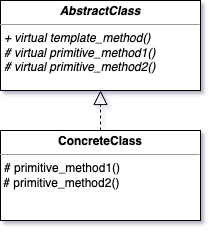
Above: img/template_method.png in cmbrandt/cxx-fundamentals (draw.io), before the change. Source tidied: cells renumbered, new cells last; positions are measured from the earlier drawing's top-left corner, leaving out a move shared by most shapes. Source of this version:
```xml
<mxGraphModel shadow="1">
  <root>
    <mxCell id="0" />
    <mxCell id="1" parent="0" />
    <mxCell id="2" value="&lt;p style=&quot;margin:0px;margin-top:4px;text-align:center;&quot;&gt;&lt;b&gt;&lt;i&gt;AbstractClass&lt;/i&gt;&lt;/b&gt;&lt;/p&gt;&lt;hr size=&quot;1&quot;&gt;&lt;p style=&quot;margin:0px;margin-left:4px;&quot;&gt;&lt;/p&gt;&lt;p style=&quot;margin:0px;margin-left:4px;&quot;&gt;&lt;i&gt;+ virtual template_method()&lt;/i&gt;&lt;/p&gt;&lt;p style=&quot;margin:0px;margin-left:4px;&quot;&gt;&lt;i&gt;# virtual primitive_method1()&lt;/i&gt;&lt;/p&gt;&lt;p style=&quot;border-color: var(--border-color); margin: 0px 0px 0px 4px;&quot;&gt;&lt;i style=&quot;border-color: var(--border-color);&quot;&gt;# virtual primitive_method2()&lt;/i&gt;&lt;/p&gt;&lt;div&gt;&lt;i style=&quot;border-color: var(--border-color);&quot;&gt;&lt;br&gt;&lt;/i&gt;&lt;/div&gt;" style="verticalAlign=top;align=left;overflow=fill;fontSize=12;fontFamily=Helvetica;html=1;whiteSpace=wrap;" parent="1" vertex="1">
      <mxGeometry width="200" height="90" as="geometry" />
    </mxCell>
    <mxCell id="3" value="&lt;p style=&quot;margin:0px;margin-top:4px;text-align:center;&quot;&gt;&lt;b&gt;ConcreteClass&lt;/b&gt;&lt;/p&gt;&lt;hr size=&quot;1&quot;&gt;&lt;p style=&quot;margin:0px;margin-left:4px;&quot;&gt;&lt;/p&gt;&lt;p style=&quot;border-color: var(--border-color); margin: 0px 0px 0px 4px;&quot;&gt;&lt;span style=&quot;border-color: var(--border-color);&quot;&gt;# primitive_method1()&lt;/span&gt;&lt;/p&gt;&lt;div&gt;&lt;span style=&quot;border-color: var(--border-color);&quot;&gt;&amp;nbsp;# primitive_method2()&lt;/span&gt;&lt;/div&gt;" style="verticalAlign=top;align=left;overflow=fill;fontSize=12;fontFamily=Helvetica;html=1;whiteSpace=wrap;" parent="1" vertex="1">
      <mxGeometry y="130" width="200" height="90" as="geometry" />
    </mxCell>
    <mxCell id="4" style="endArrow=block;dashed=1;endFill=0;endSize=12;html=1;rounded=0;entryX=0.5;entryY=1;entryDx=0;entryDy=0;exitX=0.5;exitY=0;exitDx=0;exitDy=0;" parent="1" edge="1" source="3" target="2">
      <mxGeometry relative="1" as="geometry" />
    </mxCell>
  </root>
</mxGraphModel>
```
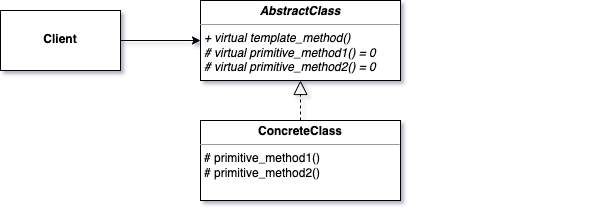
After the change.

The edit, as a diff of the source:
```diff
@@ -1,15 +1,29 @@
 <mxGraphModel shadow="1">
   <root>
-    <mxCell id="0" />
-    <mxCell id="1" parent="0" />
-    <mxCell id="2" value="&lt;p style=&quot;margin:0px;margin-top:4px;text-align:center;&quot;&gt;&lt;b&gt;&lt;i&gt;AbstractClass&lt;/i&gt;&lt;/b&gt;&lt;/p&gt;&lt;hr size=&quot;1&quot;&gt;&lt;p style=&quot;margin:0px;margin-left:4px;&quot;&gt;&lt;/p&gt;&lt;p style=&quot;margin:0px;margin-left:4px;&quot;&gt;&lt;i&gt;+ virtual template_method()&lt;/i&gt;&lt;/p&gt;&lt;p style=&quot;margin:0px;margin-left:4px;&quot;&gt;&lt;i&gt;# virtual primitive_method1()&lt;/i&gt;&lt;/p&gt;&lt;p style=&quot;border-color: var(--border-color); margin: 0px 0px 0px 4px;&quot;&gt;&lt;i style=&quot;border-color: var(--border-color);&quot;&gt;# virtual primitive_method2()&lt;/i&gt;&lt;/p&gt;&lt;div&gt;&lt;i style=&quot;border-color: var(--border-color);&quot;&gt;&lt;br&gt;&lt;/i&gt;&lt;/div&gt;" style="verticalAlign=top;align=left;overflow=fill;fontSize=12;fontFamily=Helvetica;html=1;whiteSpace=wrap;" parent="1" vertex="1">
-      <mxGeometry width="200" height="90" as="geometry" />
-    </mxCell>
+    <mxCell id="5" />
+    <mxCell id="6" parent="5" />
+    <mxCell id="7" style="endArrow=none;startArrow=none;endFill=0;startFill=0;endSize=8;html=1;verticalAlign=bottom;dashed=1;labelBackgroundColor=none;dashPattern=1 2;rounded=0;entryX=0.5;entryY=0;entryDx=0;entryDy=0;fontColor=default;" parent="6" edge="1">
+      <mxGeometry relative="1" as="geometry">
+        <mxPoint x="400" y="170" as="sourcePoint" />
+        <mxPoint x="400" y="170" as="targetPoint" />
+      </mxGeometry>
+    </mxCell>
+    <mxCell id="8" value="&lt;p style=&quot;margin:0px;margin-top:4px;text-align:center;&quot;&gt;&lt;br&gt;&lt;/p&gt;&lt;p style=&quot;margin:0px;margin-top:4px;text-align:center;&quot;&gt;&lt;b&gt;Client&lt;/b&gt;&lt;/p&gt;" style="verticalAlign=top;align=left;overflow=fill;fontSize=12;fontFamily=Helvetica;html=1;whiteSpace=wrap;" parent="6" vertex="1">
+      <mxGeometry x="-200" y="20" width="120" height="60" as="geometry" />
+    </mxCell>
+    <mxCell id="9" value="&lt;p style=&quot;margin:0px;margin-top:4px;text-align:center;&quot;&gt;&lt;b&gt;&lt;i&gt;AbstractClass&lt;/i&gt;&lt;/b&gt;&lt;/p&gt;&lt;hr size=&quot;1&quot;&gt;&lt;p style=&quot;margin:0px;margin-left:4px;&quot;&gt;&lt;i&gt;+ virtual template_method()&lt;/i&gt;&lt;/p&gt;&lt;p style=&quot;margin:0px;margin-left:4px;&quot;&gt;&lt;i&gt;# virtual primitive_method1() = 0&lt;/i&gt;&lt;/p&gt;&lt;p style=&quot;margin:0px;margin-left:4px;&quot;&gt;&lt;i&gt;# virtual primitive_method2() = 0&lt;/i&gt;&lt;/p&gt;" style="verticalAlign=top;align=left;overflow=fill;fontSize=12;fontFamily=Helvetica;html=1;whiteSpace=wrap;" parent="6" vertex="1">
+      <mxGeometry y="10" width="200" height="80" as="geometry" />
+    </mxCell>
-    <mxCell id="3" value="&lt;p style=&quot;margin:0px;margin-top:4px;text-align:center;&quot;&gt;&lt;b&gt;ConcreteClass&lt;/b&gt;&lt;/p&gt;&lt;hr size=&quot;1&quot;&gt;&lt;p style=&quot;margin:0px;margin-left:4px;&quot;&gt;&lt;/p&gt;&lt;p style=&quot;border-color: var(--border-color); margin: 0px 0px 0px 4px;&quot;&gt;&lt;span style=&quot;border-color: var(--border-color);&quot;&gt;# primitive_method1()&lt;/span&gt;&lt;/p&gt;&lt;div&gt;&lt;span style=&quot;border-color: var(--border-color);&quot;&gt;&amp;nbsp;# primitive_method2()&lt;/span&gt;&lt;/div&gt;" style="verticalAlign=top;align=left;overflow=fill;fontSize=12;fontFamily=Helvetica;html=1;whiteSpace=wrap;" parent="1" vertex="1">
-      <mxGeometry y="130" width="200" height="90" as="geometry" />
+    <mxCell id="3" value="&lt;p style=&quot;margin:0px;margin-top:4px;text-align:center;&quot;&gt;&lt;b&gt;ConcreteClass&lt;/b&gt;&lt;/p&gt;&lt;hr size=&quot;1&quot;&gt;&lt;p style=&quot;margin:0px;margin-left:4px;&quot;&gt;&lt;span style=&quot;background-color: initial;&quot;&gt;# primitive_method1()&lt;/span&gt;&lt;br&gt;&lt;/p&gt;&lt;p style=&quot;margin:0px;margin-left:4px;&quot;&gt;# primitive_method2()&lt;/p&gt;" style="verticalAlign=top;align=left;overflow=fill;fontSize=12;fontFamily=Helvetica;html=1;whiteSpace=wrap;" parent="6" vertex="1">
+      <mxGeometry y="130" width="200" height="80" as="geometry" />
     </mxCell>
-    <mxCell id="4" style="endArrow=block;dashed=1;endFill=0;endSize=12;html=1;rounded=0;entryX=0.5;entryY=1;entryDx=0;entryDy=0;exitX=0.5;exitY=0;exitDx=0;exitDy=0;" parent="1" edge="1" source="3" target="2">
-      <mxGeometry relative="1" as="geometry" />
-    </mxCell>
+    <mxCell id="10" style="endArrow=classic;html=1;rounded=0;entryX=0;entryY=0.5;entryDx=0;entryDy=0;exitX=1;exitY=0.5;exitDx=0;exitDy=0;" parent="6" edge="1" source="8" target="9">
+      <mxGeometry relative="1" as="geometry" />
+    </mxCell>
+    <mxCell id="11" style="endArrow=block;dashed=1;endFill=0;endSize=12;html=1;rounded=0;entryX=0.5;entryY=1;entryDx=0;entryDy=0;" parent="6" edge="1" target="9">
+      <mxGeometry relative="1" as="geometry">
+        <mxPoint x="100" y="130" as="sourcePoint" />
+      </mxGeometry>
+    </mxCell>
   </root>
 </mxGraphModel>
```
